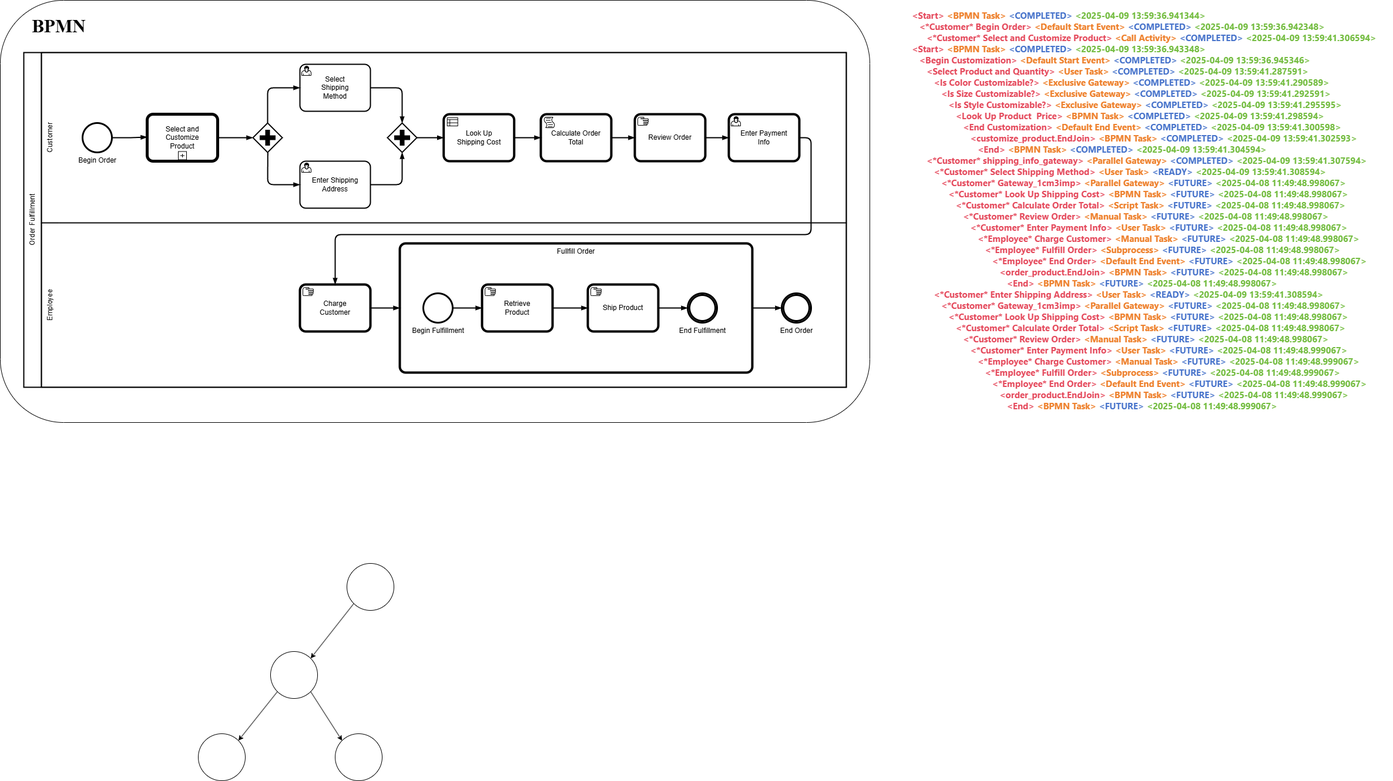
The draw.io diagram BPTL.png in GUMrkai/MyFirstProject, before a commit. Source tidied: cells renumbered, new cells last; positions are measured from the earlier drawing's top-left corner, leaving out a move shared by most shapes.
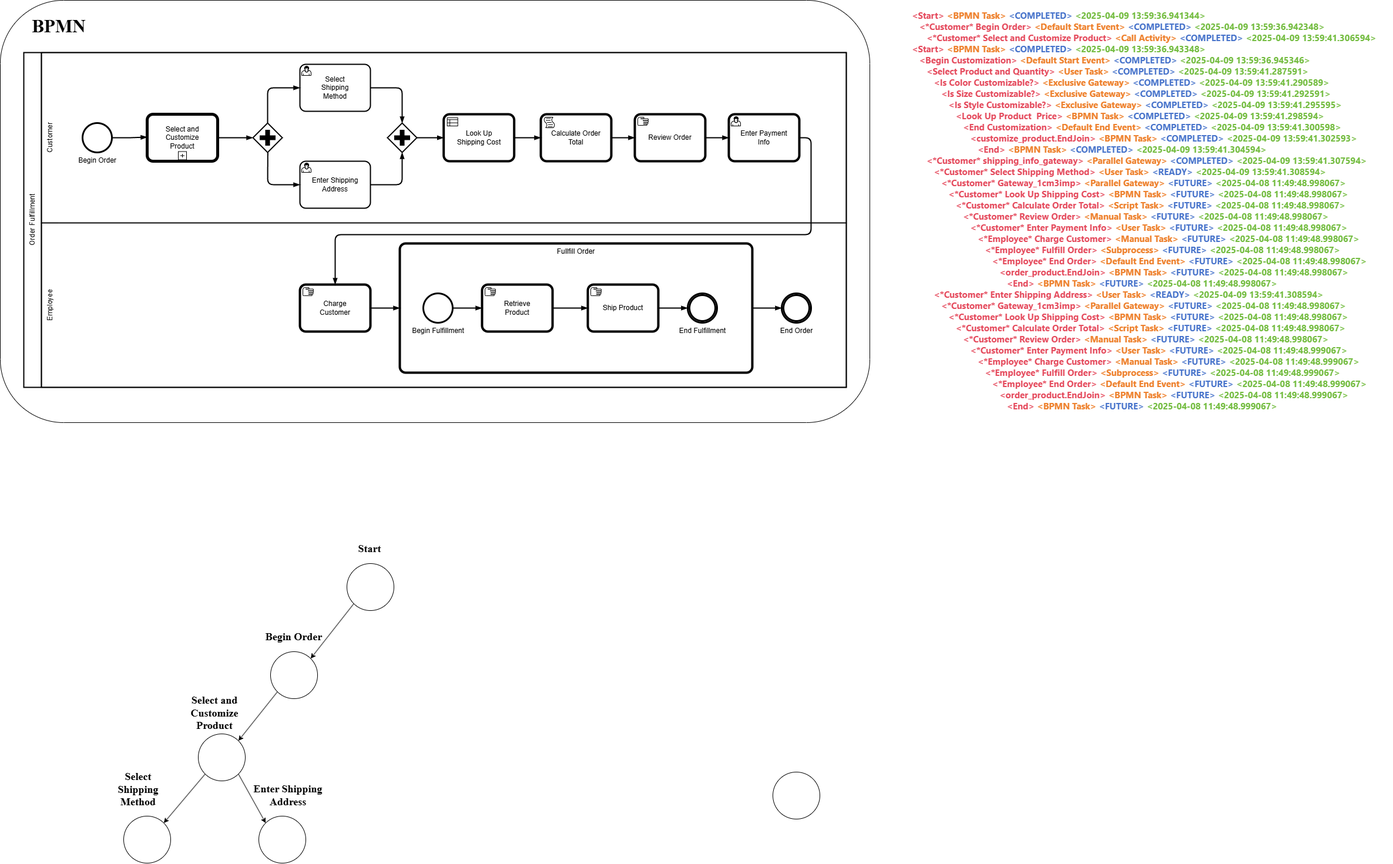
The same diagram one commit later.

What changed in the source:
```diff
@@ -156,17 +156,41 @@
     <mxCell id="44" style="rounded=0;jettySize=auto;html=1;exitX=0;exitY=1;exitDx=0;exitDy=0;entryX=1;entryY=0;entryDx=0;entryDy=0;" parent="1" edge="1" source="46" target="47">
       <mxGeometry relative="1" as="geometry" />
     </mxCell>
-    <mxCell id="45" style="rounded=0;jettySize=auto;html=1;exitX=1;exitY=1;exitDx=0;exitDy=0;entryX=0;entryY=0;entryDx=0;entryDy=0;" parent="1" edge="1" source="46" target="48">
-      <mxGeometry relative="1" as="geometry" />
-    </mxCell>
     <mxCell id="46" style="ellipse;whiteSpace=wrap;html=1;" parent="1" vertex="1">
       <mxGeometry x="460" y="1109" width="80" height="80" as="geometry" />
     </mxCell>
+    <mxCell id="49" style="rounded=0;jettySize=auto;html=1;exitX=0;exitY=1;exitDx=0;exitDy=0;entryX=1;entryY=0;entryDx=0;entryDy=0;" parent="1" edge="1" source="47" target="51">
+      <mxGeometry relative="1" as="geometry" />
+    </mxCell>
+    <mxCell id="50" style="rounded=0;jettySize=auto;html=1;exitX=1;exitY=1;exitDx=0;exitDy=0;entryX=0;entryY=0;entryDx=0;entryDy=0;" parent="1" edge="1" source="47" target="52">
+      <mxGeometry relative="1" as="geometry" />
+    </mxCell>
     <mxCell id="47" style="ellipse;whiteSpace=wrap;html=1;" parent="1" vertex="1">
       <mxGeometry x="337" y="1249" width="80" height="80" as="geometry" />
     </mxCell>
     <mxCell id="48" style="ellipse;whiteSpace=wrap;html=1;" parent="1" vertex="1">
-      <mxGeometry x="570" y="1249" width="80" height="80" as="geometry" />
+      <mxGeometry x="1315" y="1314" width="80" height="80" as="geometry" />
     </mxCell>
+    <mxCell id="51" style="ellipse;whiteSpace=wrap;html=1;" parent="1" vertex="1">
+      <mxGeometry x="210" y="1389" width="80" height="80" as="geometry" />
+    </mxCell>
+    <mxCell id="52" style="ellipse;whiteSpace=wrap;html=1;" parent="1" vertex="1">
+      <mxGeometry x="440" y="1389" width="80" height="80" as="geometry" />
+    </mxCell>
+    <mxCell id="53" value="Start" style="text;html=1;align=center;verticalAlign=middle;whiteSpace=wrap;rounded=0;fontSize=18;fontFamily=Times New Roman;fontStyle=1;" parent="1" vertex="1">
+      <mxGeometry x="599" y="919" width="60" height="30" as="geometry" />
+    </mxCell>
+    <mxCell id="54" value="Begin Order" style="text;html=1;align=center;verticalAlign=middle;whiteSpace=wrap;rounded=0;fontSize=18;fontFamily=Times New Roman;fontStyle=1;" parent="1" vertex="1">
+      <mxGeometry x="445" y="1069" width="110" height="30" as="geometry" />
+    </mxCell>
+    <mxCell id="55" value="Select and Customize Product" style="text;html=1;align=center;verticalAlign=middle;whiteSpace=wrap;rounded=0;fontSize=18;fontFamily=Times New Roman;fontStyle=1;" parent="1" vertex="1">
+      <mxGeometry x="300" y="1179" width="130" height="70" as="geometry" />
+    </mxCell>
+    <mxCell id="56" value="Select Shipping Method" style="text;html=1;align=center;verticalAlign=middle;whiteSpace=wrap;rounded=0;fontSize=18;fontFamily=Times New Roman;fontStyle=1;" parent="1" vertex="1">
+      <mxGeometry x="180" y="1309" width="110" height="70" as="geometry" />
+    </mxCell>
+    <mxCell id="57" value="Enter Shipping Address" style="text;html=1;align=center;verticalAlign=middle;whiteSpace=wrap;rounded=0;fontSize=18;fontFamily=Times New Roman;fontStyle=1;" parent="1" vertex="1">
+      <mxGeometry x="420" y="1329" width="140" height="50" as="geometry" />
+    </mxCell>
   </root>
 </mxGraphModel>
```
